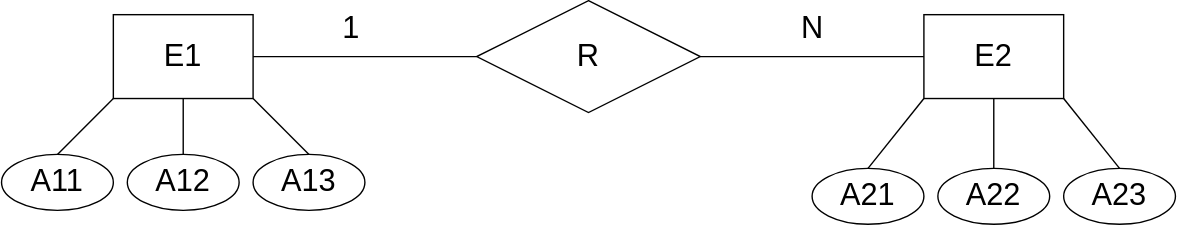
This is er_question10.svg from listout/drawio_digs, a draw.io export, as it was before one commit. Source tidied: cells renumbered, new cells last; positions are measured from the earlier drawing's top-left corner, leaving out a move shared by most shapes.
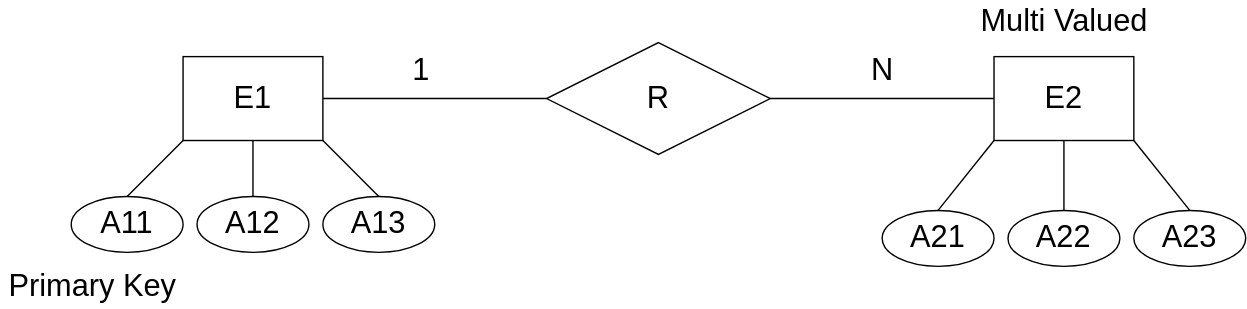
After the commit.

The edit, as a diff of the source:
```diff
@@ -59,5 +59,11 @@
     <mxCell id="20" style="endArrow=none;html=1;fontSize=22;entryX=1;entryY=1;entryDx=0;entryDy=0;exitX=0.5;exitY=0;exitDx=0;exitDy=0;" parent="1" edge="1" source="17" target="3">
       <mxGeometry relative="1" as="geometry" />
     </mxCell>
+    <mxCell id="21" value="Primary Key" style="text;html=1;align=center;verticalAlign=middle;fontSize=22;" parent="1" vertex="1">
+      <mxGeometry x="-50" y="160" width="130" height="30" as="geometry" />
+    </mxCell>
+    <mxCell id="22" value="&lt;div&gt;Multi Valued&lt;/div&gt;" style="text;html=1;align=center;verticalAlign=middle;fontSize=22;" parent="1" vertex="1">
+      <mxGeometry x="640" y="-30" width="140" height="30" as="geometry" />
+    </mxCell>
   </root>
 </mxGraphModel>
```
